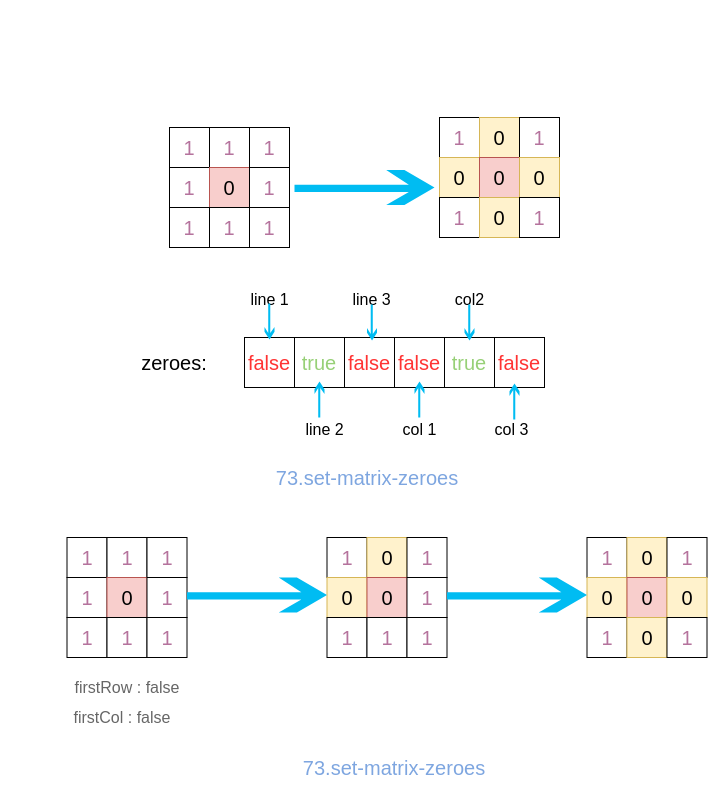
azl397985856/leetcode keeps this draw.io diagram as assets/drawio/73.set-matrix-zeroes.drawio. Above is the earlier version. Source tidied: cells renumbered, new cells numbered last; positions are measured from the earlier drawing's top-left corner, leaving out a move shared by most shapes. Both pictures are drawn from the tidied source at 100%, with x=0, y=0 at pixel (16, 117).
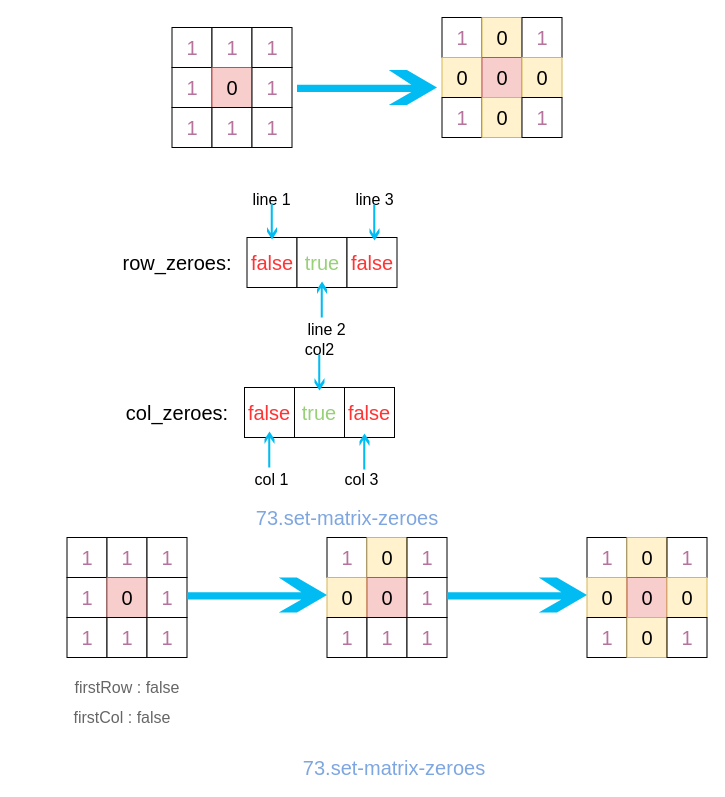
The same page after the edit.

What changed in the source:
```diff
@@
     <mxCell id="2" value="73.set-matrix-zeroes" style="text;html=1;strokeColor=none;fillColor=none;align=center;verticalAlign=middle;whiteSpace=wrap;rounded=0;fontSize=20;fontColor=#7EA6E0;" parent="1" vertex="1">
-      <mxGeometry x="200.5" y="350" width="300" height="20" as="geometry" />
+      <mxGeometry x="180.5" y="390" width="300" height="20" as="geometry" />
     </mxCell>
     <mxCell id="3" value="1" style="rounded=0;whiteSpace=wrap;html=1;fontSize=20;fontColor=#B5739D;" parent="1" vertex="1">
-      <mxGeometry x="153" y="10" width="40" height="40" as="geometry" />
+      <mxGeometry x="155.5" y="-90" width="40" height="40" as="geometry" />
     </mxCell>
     <mxCell id="4" value="1" style="rounded=0;whiteSpace=wrap;html=1;fontSize=20;fontColor=#B5739D;" parent="1" vertex="1">
-      <mxGeometry x="193" y="10" width="40" height="40" as="geometry" />
+      <mxGeometry x="195.5" y="-90" width="40" height="40" as="geometry" />
     </mxCell>
     <mxCell id="5" value="1" style="rounded=0;whiteSpace=wrap;html=1;fontSize=20;fontColor=#B5739D;" parent="1" vertex="1">
-      <mxGeometry x="233" y="10" width="40" height="40" as="geometry" />
+      <mxGeometry x="235.5" y="-90" width="40" height="40" as="geometry" />
     </mxCell>
     <mxCell id="6" value="1" style="rounded=0;whiteSpace=wrap;html=1;fontSize=20;fontColor=#B5739D;" parent="1" vertex="1">
-      <mxGeometry x="153" y="50" width="40" height="40" as="geometry" />
+      <mxGeometry x="155.5" y="-50" width="40" height="40" as="geometry" />
     </mxCell>
     <mxCell id="7" value="0" style="rounded=0;whiteSpace=wrap;html=1;fontSize=20;fillColor=#f8cecc;strokeColor=#b85450;" parent="1" vertex="1">
-      <mxGeometry x="193" y="50" width="40" height="40" as="geometry" />
+      <mxGeometry x="195.5" y="-50" width="40" height="40" as="geometry" />
     </mxCell>
     <mxCell id="8" value="1" style="rounded=0;whiteSpace=wrap;html=1;fontSize=20;fontColor=#B5739D;" parent="1" vertex="1">
-      <mxGeometry x="233" y="50" width="40" height="40" as="geometry" />
+      <mxGeometry x="235.5" y="-50" width="40" height="40" as="geometry" />
     </mxCell>
     <mxCell id="9" value="1" style="rounded=0;whiteSpace=wrap;html=1;fontSize=20;fontColor=#B5739D;" parent="1" vertex="1">
-      <mxGeometry x="153" y="90" width="40" height="40" as="geometry" />
+      <mxGeometry x="155.5" y="-10" width="40" height="40" as="geometry" />
     </mxCell>
     <mxCell id="10" value="1" style="rounded=0;whiteSpace=wrap;html=1;fontSize=20;fontColor=#B5739D;" parent="1" vertex="1">
-      <mxGeometry x="193" y="90" width="40" height="40" as="geometry" />
+      <mxGeometry x="195.5" y="-10" width="40" height="40" as="geometry" />
     </mxCell>
     <mxCell id="11" value="1" style="rounded=0;whiteSpace=wrap;html=1;fontSize=20;fontColor=#B5739D;" parent="1" vertex="1">
-      <mxGeometry x="233" y="90" width="40" height="40" as="geometry" />
+      <mxGeometry x="235.5" y="-10" width="40" height="40" as="geometry" />
     </mxCell>
     <mxCell id="12" value="1" style="rounded=0;whiteSpace=wrap;html=1;fontSize=20;fontColor=#B5739D;" parent="1" vertex="1">
-      <mxGeometry x="423" width="40" height="40" as="geometry" />
+      <mxGeometry x="425.5" y="-100" width="40" height="40" as="geometry" />
     </mxCell>
     <mxCell id="13" value="0" style="rounded=0;whiteSpace=wrap;html=1;fontSize=20;fillColor=#fff2cc;strokeColor=#d6b656;" parent="1" vertex="1">
-      <mxGeometry x="463" width="40" height="40" as="geometry" />
+      <mxGeometry x="465.5" y="-100" width="40" height="40" as="geometry" />
     </mxCell>
     <mxCell id="14" value="1" style="rounded=0;whiteSpace=wrap;html=1;fontSize=20;fontColor=#B5739D;" parent="1" vertex="1">
-      <mxGeometry x="503" width="40" height="40" as="geometry" />
+      <mxGeometry x="505.5" y="-100" width="40" height="40" as="geometry" />
     </mxCell>
     <mxCell id="15" value="0" style="rounded=0;whiteSpace=wrap;html=1;fontSize=20;fillColor=#fff2cc;strokeColor=#d6b656;" parent="1" vertex="1">
-      <mxGeometry x="423" y="40" width="40" height="40" as="geometry" />
+      <mxGeometry x="425.5" y="-60" width="40" height="40" as="geometry" />
     </mxCell>
     <mxCell id="16" value="0" style="rounded=0;whiteSpace=wrap;html=1;fontSize=20;fillColor=#f8cecc;strokeColor=#b85450;" parent="1" vertex="1">
-      <mxGeometry x="463" y="40" width="40" height="40" as="geometry" />
+      <mxGeometry x="465.5" y="-60" width="40" height="40" as="geometry" />
     </mxCell>
     <mxCell id="17" value="0" style="rounded=0;whiteSpace=wrap;html=1;fontSize=20;fillColor=#fff2cc;strokeColor=#d6b656;" parent="1" vertex="1">
-      <mxGeometry x="503" y="40" width="40" height="40" as="geometry" />
+      <mxGeometry x="505.5" y="-60" width="40" height="40" as="geometry" />
     </mxCell>
     <mxCell id="18" value="1" style="rounded=0;whiteSpace=wrap;html=1;fontSize=20;fontColor=#B5739D;" parent="1" vertex="1">
-      <mxGeometry x="423" y="80" width="40" height="40" as="geometry" />
+      <mxGeometry x="425.5" y="-20" width="40" height="40" as="geometry" />
     </mxCell>
     <mxCell id="19" value="0" style="rounded=0;whiteSpace=wrap;html=1;fontSize=20;fillColor=#fff2cc;strokeColor=#d6b656;" parent="1" vertex="1">
-      <mxGeometry x="463" y="80" width="40" height="40" as="geometry" />
+      <mxGeometry x="465.5" y="-20" width="40" height="40" as="geometry" />
     </mxCell>
     <mxCell id="20" value="1" style="rounded=0;whiteSpace=wrap;html=1;fontSize=20;fontColor=#B5739D;" parent="1" vertex="1">
-      <mxGeometry x="503" y="80" width="40" height="40" as="geometry" />
+      <mxGeometry x="505.5" y="-20" width="40" height="40" as="geometry" />
     </mxCell>
     <mxCell id="21" value="false" style="rounded=0;whiteSpace=wrap;html=1;fontSize=20;fontColor=#FF3333;" parent="1" vertex="1">
-      <mxGeometry x="228" y="220" width="50" height="50" as="geometry" />
+      <mxGeometry x="230.5" y="120" width="50" height="50" as="geometry" />
     </mxCell>
     <mxCell id="22" value="true" style="rounded=0;whiteSpace=wrap;html=1;fontSize=20;fontColor=#97D077;" parent="1" vertex="1">
-      <mxGeometry x="278" y="220" width="50" height="50" as="geometry" />
+      <mxGeometry x="280.5" y="120" width="50" height="50" as="geometry" />
     </mxCell>
     <mxCell id="23" value="false" style="rounded=0;whiteSpace=wrap;html=1;fontSize=20;fontColor=#FF3333;" parent="1" vertex="1">
-      <mxGeometry x="328" y="220" width="50" height="50" as="geometry" />
+      <mxGeometry x="330.5" y="120" width="50" height="50" as="geometry" />
     </mxCell>
     <mxCell id="24" value="false" style="rounded=0;whiteSpace=wrap;html=1;fontSize=20;fontColor=#FF3333;" parent="1" vertex="1">
-      <mxGeometry x="378" y="220" width="50" height="50" as="geometry" />
+      <mxGeometry x="228" y="270" width="50" height="50" as="geometry" />
     </mxCell>
     <mxCell id="25" value="true" style="rounded=0;whiteSpace=wrap;html=1;fontSize=20;fontColor=#97D077;" parent="1" vertex="1">
-      <mxGeometry x="428" y="220" width="50" height="50" as="geometry" />
+      <mxGeometry x="278" y="270" width="50" height="50" as="geometry" />
     </mxCell>
     <mxCell id="26" value="false" style="rounded=0;whiteSpace=wrap;html=1;fontSize=20;fontColor=#FF3333;" parent="1" vertex="1">
-      <mxGeometry x="478" y="220" width="50" height="50" as="geometry" />
+      <mxGeometry x="328" y="270" width="50" height="50" as="geometry" />
     </mxCell>
-    <mxCell id="27" value="&lt;div&gt;&lt;span&gt;zeroes:&lt;/span&gt;&lt;/div&gt;" style="text;html=1;strokeColor=none;fillColor=none;align=center;verticalAlign=middle;whiteSpace=wrap;rounded=0;fontSize=20;fontColor=#000000;" parent="1" vertex="1">
-      <mxGeometry x="128" y="235" width="60" height="20" as="geometry" />
+    <mxCell id="27" value="&lt;div&gt;&lt;span&gt;row_zeroes&lt;/span&gt;&lt;span&gt;:&lt;/span&gt;&lt;/div&gt;" style="text;html=1;strokeColor=none;fillColor=none;align=center;verticalAlign=middle;whiteSpace=wrap;rounded=0;fontSize=20;fontColor=#000000;" parent="1" vertex="1">
+      <mxGeometry x="130.5" y="135" width="60" height="20" as="geometry" />
     </mxCell>
     <mxCell id="28" value="&lt;font style=&quot;font-size: 16px&quot;&gt;line 1&lt;/font&gt;" style="text;html=1;strokeColor=none;fillColor=none;align=center;verticalAlign=middle;whiteSpace=wrap;rounded=0;fontSize=20;fontColor=#000000;" parent="1" vertex="1">
-      <mxGeometry x="220.5" y="170" width="65" height="20" as="geometry" />
+      <mxGeometry x="223" y="70" width="65" height="20" as="geometry" />
     </mxCell>
     <mxCell id="29" value="&lt;font style=&quot;font-size: 16px&quot;&gt;line 2&lt;/font&gt;" style="text;html=1;strokeColor=none;fillColor=none;align=center;verticalAlign=middle;whiteSpace=wrap;rounded=0;fontSize=20;fontColor=#000000;" parent="1" vertex="1">
-      <mxGeometry x="275.5" y="300" width="65" height="20" as="geometry" />
+      <mxGeometry x="278" y="200" width="65" height="20" as="geometry" />
     </mxCell>
     <mxCell id="30" value="&lt;font style=&quot;font-size: 16px&quot;&gt;line 3&lt;/font&gt;" style="text;html=1;strokeColor=none;fillColor=none;align=center;verticalAlign=middle;whiteSpace=wrap;rounded=0;fontSize=20;fontColor=#000000;" parent="1" vertex="1">
-      <mxGeometry x="323" y="170" width="65" height="20" as="geometry" />
+      <mxGeometry x="325.5" y="70" width="65" height="20" as="geometry" />
     </mxCell>
     <mxCell id="31" value="&lt;font style=&quot;font-size: 16px&quot;&gt;col 1&lt;/font&gt;" style="text;html=1;strokeColor=none;fillColor=none;align=center;verticalAlign=middle;whiteSpace=wrap;rounded=0;fontSize=20;fontColor=#000000;" parent="1" vertex="1">
-      <mxGeometry x="370.5" y="300" width="65" height="20" as="geometry" />
+      <mxGeometry x="223" y="350" width="65" height="20" as="geometry" />
     </mxCell>
     <mxCell id="32" value="&lt;font style=&quot;font-size: 16px&quot;&gt;col2&lt;/font&gt;" style="text;html=1;strokeColor=none;fillColor=none;align=center;verticalAlign=middle;whiteSpace=wrap;rounded=0;fontSize=20;fontColor=#000000;" parent="1" vertex="1">
-      <mxGeometry x="420.5" y="170" width="65" height="20" as="geometry" />
+      <mxGeometry x="270.5" y="220" width="65" height="20" as="geometry" />
     </mxCell>
     <mxCell id="33" value="&lt;font style=&quot;font-size: 16px&quot;&gt;col 3&lt;/font&gt;" style="text;html=1;strokeColor=none;fillColor=none;align=center;verticalAlign=middle;whiteSpace=wrap;rounded=0;fontSize=20;fontColor=#000000;" parent="1" vertex="1">
-      <mxGeometry x="463" y="300" width="65" height="20" as="geometry" />
+      <mxGeometry x="313" y="350" width="65" height="20" as="geometry" />
     </mxCell>
     <mxCell id="34" style="shadow=0;dashed=0;html=1;strokeColor=none;labelPosition=center;verticalLabelPosition=bottom;verticalAlign=top;align=center;shape=mxgraph.mscae.deprecated.poster_arrow;fillColor=#00BCF2;fontSize=20;fontColor=#000000;" parent="1" vertex="1">
-      <mxGeometry x="248" y="186" width="10" height="36" as="geometry" />
+      <mxGeometry x="250.5" y="86" width="10" height="36" as="geometry" />
     </mxCell>
     <mxCell id="35" style="shadow=0;dashed=0;html=1;strokeColor=none;labelPosition=center;verticalLabelPosition=bottom;verticalAlign=top;align=center;shape=mxgraph.mscae.deprecated.poster_arrow;fillColor=#00BCF2;fontSize=20;fontColor=#000000;" parent="1" vertex="1">
-      <mxGeometry x="350.5" y="187" width="10" height="36" as="geometry" />
+      <mxGeometry x="353" y="87" width="10" height="36" as="geometry" />
     </mxCell>
     <mxCell id="36" style="shadow=0;dashed=0;html=1;strokeColor=none;labelPosition=center;verticalLabelPosition=bottom;verticalAlign=top;align=center;shape=mxgraph.mscae.deprecated.poster_arrow;fillColor=#00BCF2;fontSize=20;fontColor=#000000;" parent="1" vertex="1">
-      <mxGeometry x="448" y="187" width="10" height="36" as="geometry" />
+      <mxGeometry x="298" y="237" width="10" height="36" as="geometry" />
     </mxCell>
     <mxCell id="37" style="shadow=0;dashed=0;html=1;strokeColor=none;labelPosition=center;verticalLabelPosition=bottom;verticalAlign=top;align=center;shape=mxgraph.mscae.deprecated.poster_arrow;fillColor=#00BCF2;fontSize=20;fontColor=#000000;flipV=1;" parent="1" vertex="1">
-      <mxGeometry x="298" y="264" width="10" height="36" as="geometry" />
+      <mxGeometry x="300.5" y="164" width="10" height="36" as="geometry" />
     </mxCell>
     <mxCell id="38" style="shadow=0;dashed=0;html=1;strokeColor=none;labelPosition=center;verticalLabelPosition=bottom;verticalAlign=top;align=center;shape=mxgraph.mscae.deprecated.poster_arrow;fillColor=#00BCF2;fontSize=20;fontColor=#000000;flipV=1;" parent="1" vertex="1">
-      <mxGeometry x="398" y="264" width="10" height="36" as="geometry" />
+      <mxGeometry x="248" y="314" width="10" height="36" as="geometry" />
     </mxCell>
     <mxCell id="39" style="shadow=0;dashed=0;html=1;strokeColor=none;labelPosition=center;verticalLabelPosition=bottom;verticalAlign=top;align=center;shape=mxgraph.mscae.deprecated.poster_arrow;fillColor=#00BCF2;fontSize=20;fontColor=#000000;flipV=1;" parent="1" vertex="1">
-      <mxGeometry x="493" y="266" width="10" height="36" as="geometry" />
+      <mxGeometry x="343" y="316" width="10" height="36" as="geometry" />
     </mxCell>
     <mxCell id="40" style="shadow=0;dashed=0;html=1;strokeColor=none;labelPosition=center;verticalLabelPosition=bottom;verticalAlign=top;align=center;shape=mxgraph.mscae.deprecated.poster_arrow;fillColor=#00BCF2;fontSize=20;fontColor=#000000;direction=north;" parent="1" vertex="1">
-      <mxGeometry x="278" y="52.5" width="140" height="35" as="geometry" />
+      <mxGeometry x="280.5" y="-47.5" width="140" height="35" as="geometry" />
     </mxCell>
@@
+    <mxCell id="73" value="&lt;div&gt;&lt;span&gt;col_zeroes&lt;/span&gt;&lt;span&gt;:&lt;/span&gt;&lt;/div&gt;" style="text;html=1;strokeColor=none;fillColor=none;align=center;verticalAlign=middle;whiteSpace=wrap;rounded=0;fontSize=20;fontColor=#000000;" parent="1" vertex="1">
+      <mxGeometry x="130.5" y="285" width="60" height="20" as="geometry" />
+    </mxCell>
```
